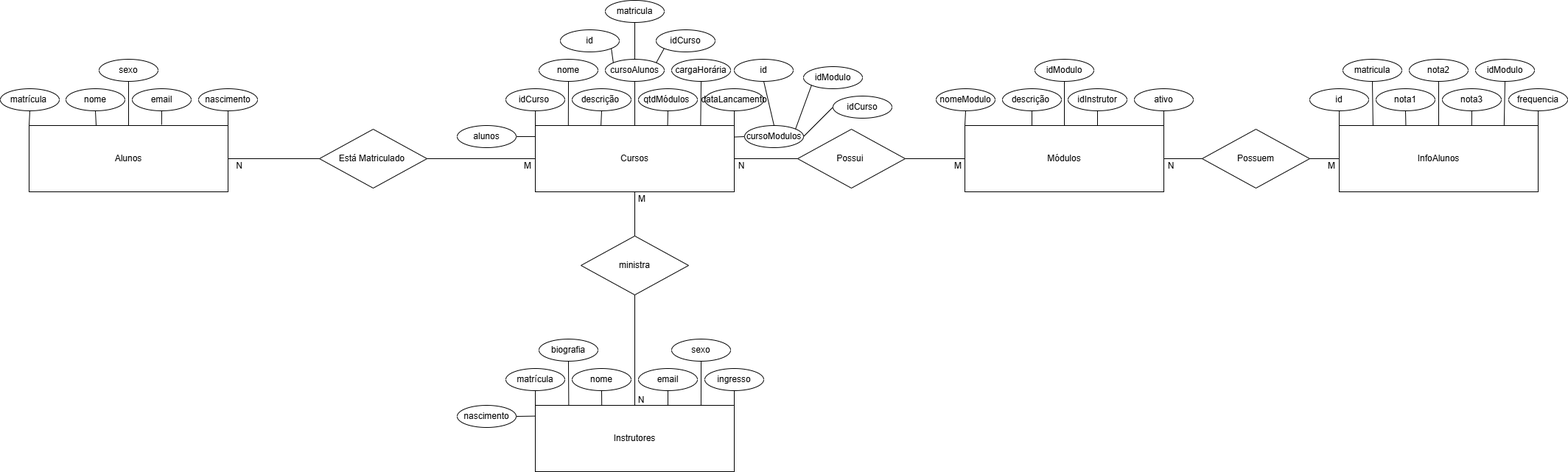
Earlier version of the draw.io export EduPlus_modeloDeEntidaderelacional.drawio.png (ErastoSouza/EduPlus). Source tidied: cells renumbered, new cells last; positions are measured from the earlier drawing's top-left corner, leaving out a move shared by most shapes.
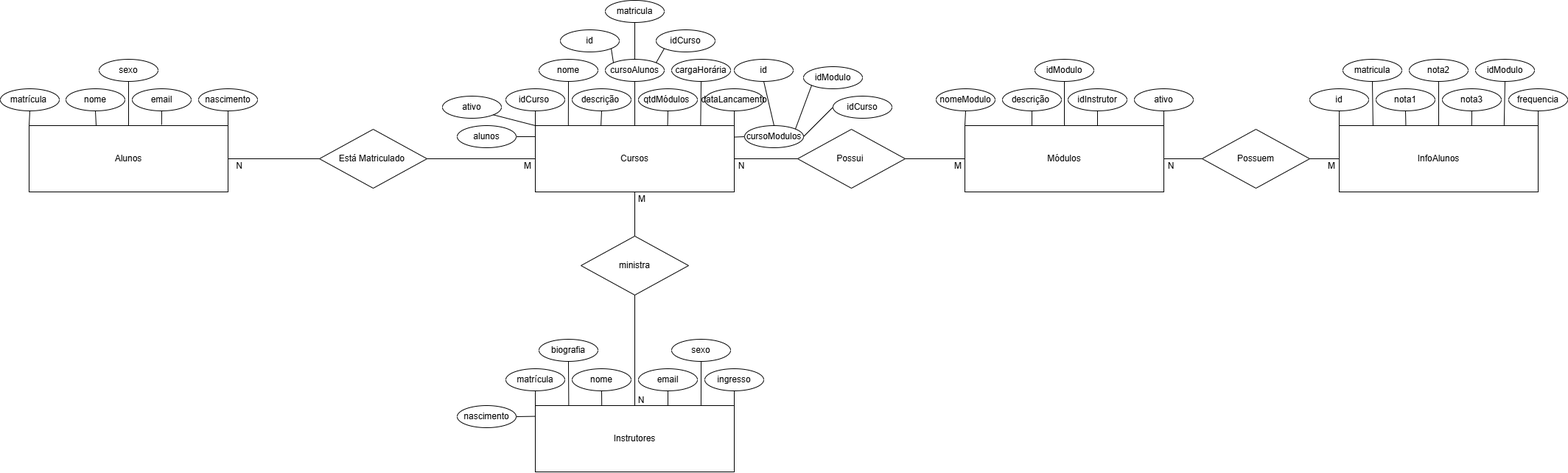
The same diagram one commit later.

The edit, as a diff of the source:
```diff
@@ -320,5 +320,11 @@
     <mxCell id="105" value="M" style="text;html=1;align=center;verticalAlign=middle;whiteSpace=wrap;rounded=0;" parent="1" vertex="1">
       <mxGeometry x="1777" y="210" width="60" height="30" as="geometry" />
     </mxCell>
+    <mxCell id="106" value="ativo" style="ellipse;whiteSpace=wrap;html=1;direction=east;" parent="1" vertex="1">
+      <mxGeometry x="600" y="130" width="80" height="30" as="geometry" />
+    </mxCell>
+    <mxCell id="107" style="endArrow=none;html=1;rounded=0;entryX=1;entryY=1;entryDx=0;entryDy=0;exitX=0;exitY=0;exitDx=0;exitDy=0;" parent="1" edge="1" source="49" target="106">
+      <mxGeometry relative="1" as="geometry" />
+    </mxCell>
   </root>
 </mxGraphModel>
```
